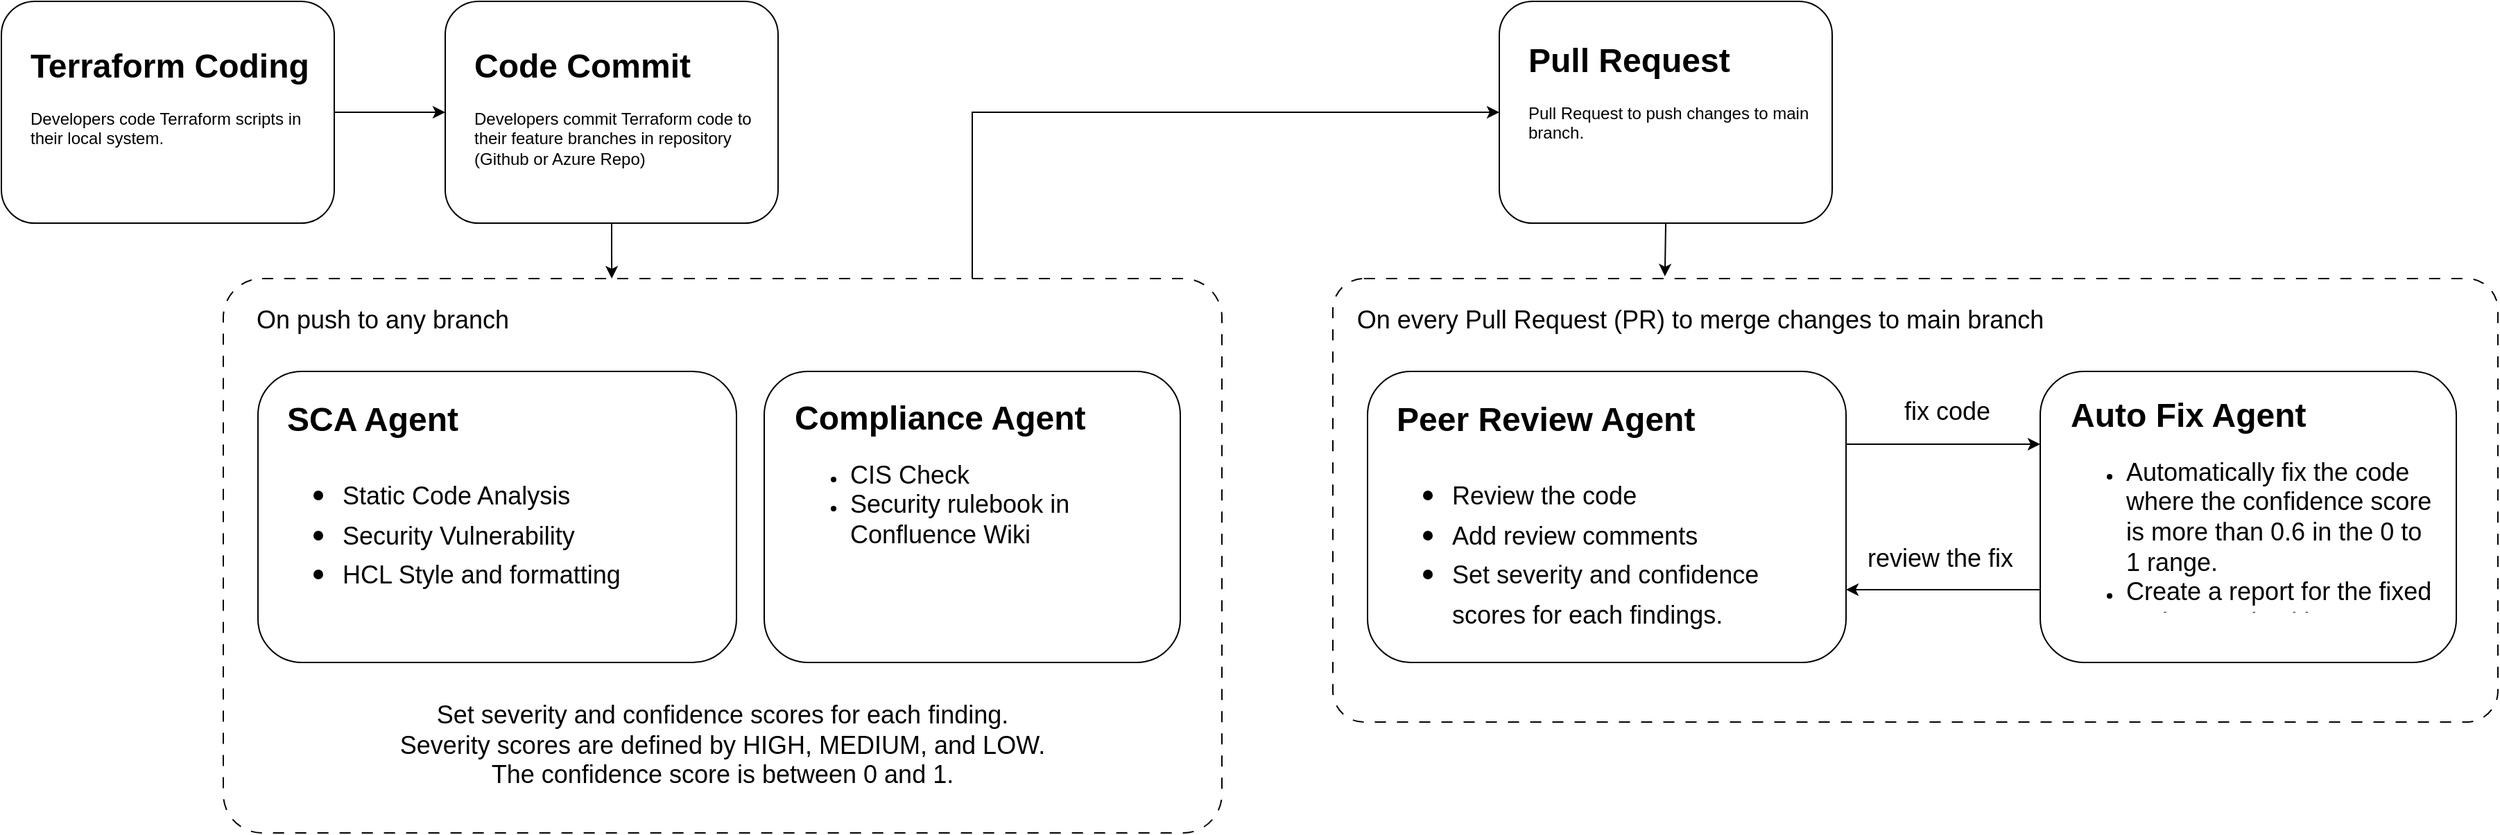
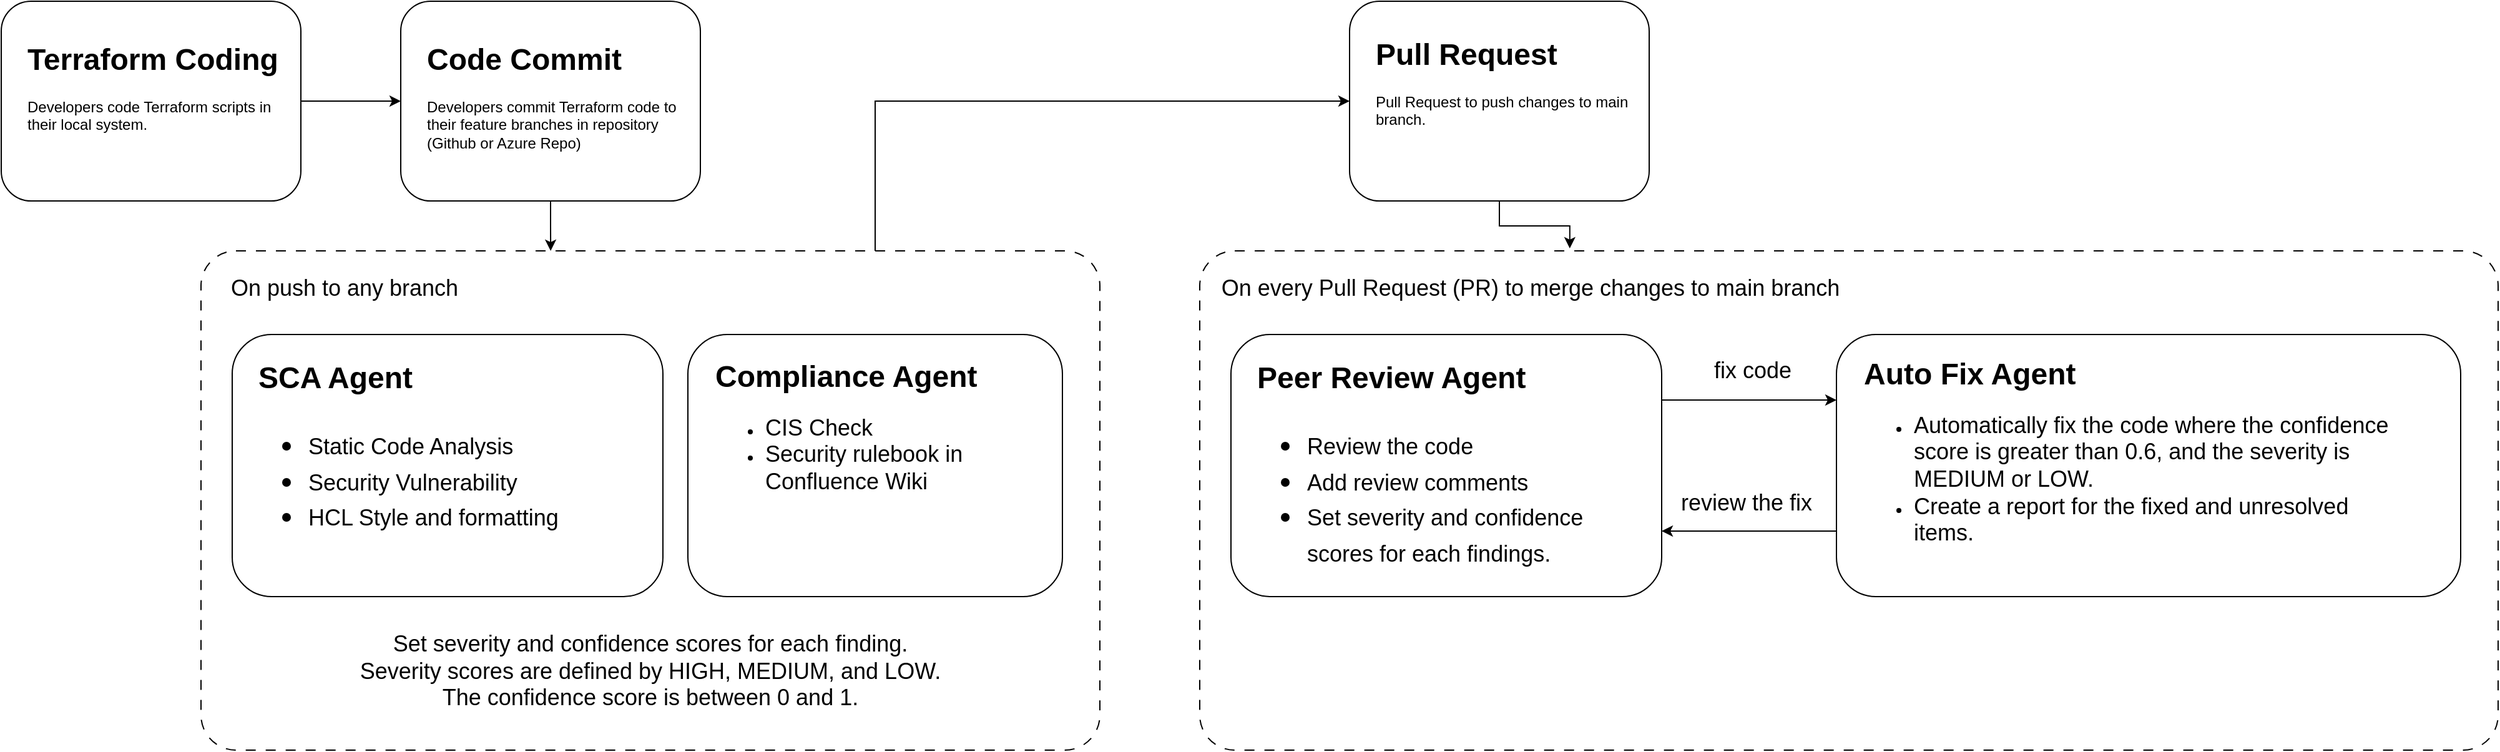
<mxfile host="app.diagrams.net">
  <diagram name="Page-1" id="llQ14HlxIDWXj9B5HY60">
    <mxGraphModel dx="1006" dy="638" grid="1" gridSize="10" guides="1" tooltips="1" connect="1" arrows="1" fold="1" page="1" pageScale="1" pageWidth="850" pageHeight="1100" math="0" shadow="0">
      <root>
        <mxCell id="0" />
        <mxCell id="1" parent="0" />
        <mxCell id="IWc9zJM8tDhvkjJ2dRjy-13" edge="1" parent="1" source="IWc9zJM8tDhvkjJ2dRjy-5" style="edgeStyle=orthogonalEdgeStyle;rounded=0;orthogonalLoop=1;jettySize=auto;html=1;entryX=0;entryY=0.5;entryDx=0;entryDy=0;exitX=0.75;exitY=0;exitDx=0;exitDy=0;" target="IWc9zJM8tDhvkjJ2dRjy-1">
          <mxGeometry relative="1" as="geometry" />
        </mxCell>
        <mxCell id="oJW8UGhNAXkty13G2p3x-1" parent="1" style="rounded=1;whiteSpace=wrap;html=1;" value="" vertex="1">
          <mxGeometry height="160" width="240" x="440" y="200" as="geometry" />
        </mxCell>
        <mxCell id="oJW8UGhNAXkty13G2p3x-3" parent="1" style="text;html=1;whiteSpace=wrap;overflow=hidden;rounded=0;" value="&lt;h1 style=&quot;margin-top: 0px;&quot;&gt;Code Commit&lt;/h1&gt;&lt;p&gt;Developers commit Terraform code to their feature branches in repository (Github or Azure Repo)&lt;/p&gt;" vertex="1">
          <mxGeometry height="100" width="210" x="459" y="226" as="geometry" />
        </mxCell>
        <mxCell id="IWc9zJM8tDhvkjJ2dRjy-1" parent="1" style="rounded=1;whiteSpace=wrap;html=1;" value="" vertex="1">
          <mxGeometry height="160" width="240" x="1200" y="200" as="geometry" />
        </mxCell>
        <mxCell id="IWc9zJM8tDhvkjJ2dRjy-2" parent="1" style="text;html=1;whiteSpace=wrap;overflow=hidden;rounded=0;" value="&lt;h1 style=&quot;margin-top: 0px;&quot;&gt;Pull Request&lt;/h1&gt;&lt;p&gt;Pull Request to push changes to main branch.&lt;/p&gt;" vertex="1">
          <mxGeometry height="100" width="210" x="1219" y="222" as="geometry" />
        </mxCell>
        <mxCell id="IWc9zJM8tDhvkjJ2dRjy-12" edge="1" parent="1" source="IWc9zJM8tDhvkjJ2dRjy-3" style="edgeStyle=orthogonalEdgeStyle;rounded=0;orthogonalLoop=1;jettySize=auto;html=1;exitX=1;exitY=0.5;exitDx=0;exitDy=0;entryX=0;entryY=0.5;entryDx=0;entryDy=0;" target="oJW8UGhNAXkty13G2p3x-1">
          <mxGeometry relative="1" as="geometry" />
        </mxCell>
        <mxCell id="IWc9zJM8tDhvkjJ2dRjy-3" parent="1" style="rounded=1;whiteSpace=wrap;html=1;" value="" vertex="1">
          <mxGeometry height="160" width="240" x="120" y="200" as="geometry" />
        </mxCell>
        <mxCell id="IWc9zJM8tDhvkjJ2dRjy-4" parent="1" style="text;html=1;whiteSpace=wrap;overflow=hidden;rounded=0;" value="&lt;h1 style=&quot;margin-top: 0px;&quot;&gt;Terraform Coding&lt;/h1&gt;&lt;p&gt;Developers code Terraform scripts in their local system.&lt;/p&gt;" vertex="1">
          <mxGeometry height="100" width="210" x="139" y="226" as="geometry" />
        </mxCell>
        <mxCell id="IWc9zJM8tDhvkjJ2dRjy-5" parent="1" style="rounded=1;whiteSpace=wrap;html=1;arcSize=7;dashed=1;dashPattern=8 8;" value="" vertex="1">
          <mxGeometry height="400" width="720" x="280" y="400" as="geometry" />
        </mxCell>
        <mxCell id="IWc9zJM8tDhvkjJ2dRjy-6" parent="1" style="text;html=1;whiteSpace=wrap;strokeColor=none;fillColor=none;align=center;verticalAlign=middle;rounded=0;" value="&lt;font style=&quot;font-size: 18px;&quot;&gt;On push to any branch&lt;/font&gt;" vertex="1">
          <mxGeometry height="30" width="210" x="290" y="415" as="geometry" />
        </mxCell>
        <mxCell id="IWc9zJM8tDhvkjJ2dRjy-7" parent="1" style="rounded=1;whiteSpace=wrap;html=1;" value="" vertex="1">
          <mxGeometry height="210" width="345" x="305" y="467" as="geometry" />
        </mxCell>
        <mxCell id="IWc9zJM8tDhvkjJ2dRjy-8" parent="1" style="text;html=1;whiteSpace=wrap;overflow=hidden;rounded=0;" value="&lt;h1 style=&quot;margin-top: 0px;&quot;&gt;SCA Agent&lt;/h1&gt;&lt;h1 style=&quot;margin-top: 0px;&quot;&gt;&lt;p style=&quot;font-size: 12px; font-weight: 400;&quot;&gt;&lt;/p&gt;&lt;ul&gt;&lt;li&gt;&lt;span style=&quot;font-size: 18px; font-weight: normal;&quot;&gt;Static Code Analysis&lt;/span&gt;&lt;/li&gt;&lt;li&gt;&lt;span style=&quot;font-size: 18px; font-weight: normal;&quot;&gt;Security Vulnerability&lt;/span&gt;&lt;/li&gt;&lt;li&gt;&lt;span style=&quot;font-size: 18px; font-weight: normal;&quot;&gt;HCL Style and formatting&lt;/span&gt;&lt;/li&gt;&lt;/ul&gt;&lt;p&gt;&lt;/p&gt;&lt;/h1&gt;" vertex="1">
          <mxGeometry height="183" width="306" x="324" y="481" as="geometry" />
        </mxCell>
        <mxCell id="IWc9zJM8tDhvkjJ2dRjy-9" parent="1" style="rounded=1;whiteSpace=wrap;html=1;" value="" vertex="1">
          <mxGeometry height="210" width="300" x="670" y="467" as="geometry" />
        </mxCell>
        <mxCell id="IWc9zJM8tDhvkjJ2dRjy-10" parent="1" style="text;html=1;whiteSpace=wrap;overflow=hidden;rounded=0;" value="&lt;h1 style=&quot;margin-top: 0px;&quot;&gt;Compliance Agent&lt;/h1&gt;&lt;p&gt;&lt;/p&gt;&lt;ul&gt;&lt;li&gt;&lt;span style=&quot;font-size: 18px;&quot;&gt;CIS Check&lt;/span&gt;&lt;/li&gt;&lt;li&gt;&lt;span style=&quot;font-size: 18px;&quot;&gt;Security rulebook in Confluence Wiki&lt;/span&gt;&lt;/li&gt;&lt;/ul&gt;&lt;p&gt;&lt;/p&gt;" vertex="1">
          <mxGeometry height="180" width="269" x="690" y="480" as="geometry" />
        </mxCell>
        <mxCell id="IWc9zJM8tDhvkjJ2dRjy-11" edge="1" parent="1" source="oJW8UGhNAXkty13G2p3x-1" style="edgeStyle=orthogonalEdgeStyle;rounded=0;orthogonalLoop=1;jettySize=auto;html=1;exitX=0.5;exitY=1;exitDx=0;exitDy=0;entryX=0.389;entryY=0;entryDx=0;entryDy=0;entryPerimeter=0;" target="IWc9zJM8tDhvkjJ2dRjy-5">
          <mxGeometry relative="1" as="geometry" />
        </mxCell>
        <mxCell id="IWc9zJM8tDhvkjJ2dRjy-14" parent="1" style="rounded=1;whiteSpace=wrap;html=1;arcSize=7;dashed=1;dashPattern=8 8;" value="" vertex="1">
-           <mxGeometry height="320" width="840" x="1080" y="400" as="geometry" />
+           <mxGeometry height="400" width="1040" x="1080" y="400" as="geometry" />
        </mxCell>
        <mxCell id="IWc9zJM8tDhvkjJ2dRjy-15" parent="1" style="text;html=1;whiteSpace=wrap;strokeColor=none;fillColor=none;align=center;verticalAlign=middle;rounded=0;" value="&lt;font style=&quot;font-size: 18px;&quot;&gt;On every Pull Request (PR) to merge changes to main branch&lt;/font&gt;" vertex="1">
          <mxGeometry height="30" width="510" x="1090" y="415" as="geometry" />
        </mxCell>
        <mxCell id="IWc9zJM8tDhvkjJ2dRjy-22" edge="1" parent="1" source="IWc9zJM8tDhvkjJ2dRjy-16" style="edgeStyle=orthogonalEdgeStyle;rounded=0;orthogonalLoop=1;jettySize=auto;html=1;exitX=1;exitY=0.25;exitDx=0;exitDy=0;entryX=0;entryY=0.25;entryDx=0;entryDy=0;" target="IWc9zJM8tDhvkjJ2dRjy-18">
          <mxGeometry relative="1" as="geometry" />
        </mxCell>
        <mxCell id="IWc9zJM8tDhvkjJ2dRjy-16" parent="1" style="rounded=1;whiteSpace=wrap;html=1;" value="" vertex="1">
          <mxGeometry height="210" width="345" x="1105" y="467" as="geometry" />
        </mxCell>
        <mxCell id="IWc9zJM8tDhvkjJ2dRjy-17" parent="1" style="text;html=1;whiteSpace=wrap;overflow=hidden;rounded=0;" value="&lt;h1 style=&quot;margin-top: 0px;&quot;&gt;Peer Review Agent&lt;/h1&gt;&lt;h1 style=&quot;margin-top: 0px;&quot;&gt;&lt;p style=&quot;font-size: 12px; font-weight: 400;&quot;&gt;&lt;/p&gt;&lt;ul&gt;&lt;li&gt;&lt;span style=&quot;font-size: 18px; font-weight: 400;&quot;&gt;Review the code&lt;/span&gt;&lt;/li&gt;&lt;li&gt;&lt;span style=&quot;font-size: 18px; font-weight: 400;&quot;&gt;Add review comments&lt;/span&gt;&lt;/li&gt;&lt;li&gt;&lt;span style=&quot;font-size: 18px; font-weight: 400;&quot;&gt;Set severity and confidence scores for each findings.&lt;/span&gt;&lt;/li&gt;&lt;/ul&gt;&lt;p&gt;&lt;/p&gt;&lt;/h1&gt;" vertex="1">
          <mxGeometry height="179" width="306" x="1124" y="481" as="geometry" />
        </mxCell>
        <mxCell id="IWc9zJM8tDhvkjJ2dRjy-23" edge="1" parent="1" source="IWc9zJM8tDhvkjJ2dRjy-18" style="edgeStyle=orthogonalEdgeStyle;rounded=0;orthogonalLoop=1;jettySize=auto;html=1;exitX=0;exitY=0.75;exitDx=0;exitDy=0;entryX=1;entryY=0.75;entryDx=0;entryDy=0;" target="IWc9zJM8tDhvkjJ2dRjy-16">
          <mxGeometry relative="1" as="geometry" />
        </mxCell>
        <mxCell id="IWc9zJM8tDhvkjJ2dRjy-18" parent="1" style="rounded=1;whiteSpace=wrap;html=1;" value="" vertex="1">
-           <mxGeometry height="210" width="300" x="1590" y="467" as="geometry" />
+           <mxGeometry height="210" width="500" x="1590" y="467" as="geometry" />
        </mxCell>
-         <mxCell id="IWc9zJM8tDhvkjJ2dRjy-19" parent="1" style="text;html=1;whiteSpace=wrap;overflow=hidden;rounded=0;" value="&lt;h1 style=&quot;margin-top: 0px;&quot;&gt;Auto Fix Agent&lt;/h1&gt;&lt;p&gt;&lt;/p&gt;&lt;ul&gt;&lt;li&gt;&lt;span style=&quot;font-size: 18px;&quot;&gt;Automatically fix the code where the confidence score is more than 0.6 in the 0 to 1 range.&lt;/span&gt;&lt;/li&gt;&lt;li&gt;&lt;span style=&quot;font-size: 18px;&quot;&gt;Create a report for the fixed and unresolved items.&lt;/span&gt;&lt;/li&gt;&lt;/ul&gt;&lt;p&gt;&lt;/p&gt;" vertex="1">
-           <mxGeometry height="160" width="269" x="1610" y="478" as="geometry" />
+         <mxCell id="IWc9zJM8tDhvkjJ2dRjy-19" parent="1" style="text;html=1;whiteSpace=wrap;overflow=hidden;rounded=0;" value="&lt;h1 style=&quot;margin-top: 0px;&quot;&gt;Auto Fix Agent&lt;/h1&gt;&lt;p&gt;&lt;/p&gt;&lt;ul&gt;&lt;li&gt;&lt;span style=&quot;font-size: 18px;&quot;&gt;Automatically fix the code where the confidence score is greater than 0.6, and the severity is MEDIUM or LOW.&amp;nbsp;&lt;/span&gt;&lt;/li&gt;&lt;li&gt;&lt;span style=&quot;font-size: 18px;&quot;&gt;Create a report for the fixed and unresolved items.&lt;/span&gt;&lt;/li&gt;&lt;/ul&gt;&lt;p&gt;&lt;/p&gt;" vertex="1">
+           <mxGeometry height="192" width="440" x="1610" y="478" as="geometry" />
        </mxCell>
        <mxCell id="IWc9zJM8tDhvkjJ2dRjy-20" parent="1" style="text;whiteSpace=wrap;fontSize=18;align=center;" value="Set severity and confidence scores for each finding.&#xa;Severity scores are defined by HIGH, MEDIUM, and LOW.&#xa;The confidence score is between 0 and 1." vertex="1">
          <mxGeometry height="77" width="640" x="320" y="698" as="geometry" />
        </mxCell>
        <mxCell id="IWc9zJM8tDhvkjJ2dRjy-21" edge="1" parent="1" source="IWc9zJM8tDhvkjJ2dRjy-1" style="edgeStyle=orthogonalEdgeStyle;rounded=0;orthogonalLoop=1;jettySize=auto;html=1;exitX=0.5;exitY=1;exitDx=0;exitDy=0;entryX=0.285;entryY=-0.005;entryDx=0;entryDy=0;entryPerimeter=0;" target="IWc9zJM8tDhvkjJ2dRjy-14">
          <mxGeometry relative="1" as="geometry" />
        </mxCell>
        <mxCell id="IWc9zJM8tDhvkjJ2dRjy-24" parent="1" style="text;html=1;whiteSpace=wrap;strokeColor=none;fillColor=none;align=center;verticalAlign=middle;rounded=0;" value="&lt;font style=&quot;font-size: 18px;&quot;&gt;fix code&lt;/font&gt;" vertex="1">
          <mxGeometry height="30" width="82" x="1482" y="481" as="geometry" />
        </mxCell>
        <mxCell id="IWc9zJM8tDhvkjJ2dRjy-25" parent="1" style="text;html=1;whiteSpace=wrap;strokeColor=none;fillColor=none;align=center;verticalAlign=middle;rounded=0;" value="&lt;font style=&quot;font-size: 18px;&quot;&gt;review the fix&lt;/font&gt;" vertex="1">
          <mxGeometry height="30" width="120" x="1458" y="587" as="geometry" />
        </mxCell>
      </root>
    </mxGraphModel>
  </diagram>
</mxfile>
